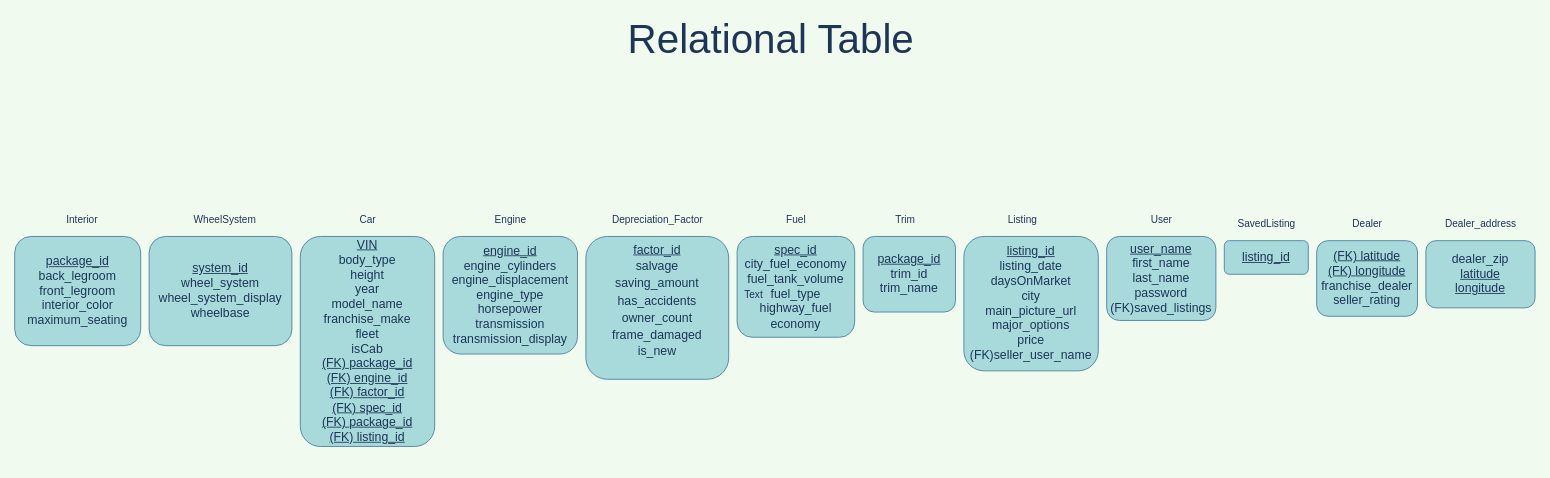
Above: Relational_Table.drawio in abmfocus4/UsedCars-db (draw.io), before the change. Source tidied: cells renumbered, new cells numbered last; positions are measured from the earlier drawing's top-left corner, leaving out a move shared by most shapes. Both pictures are drawn from the tidied source at 84%, with x=0, y=0 at pixel (14, 26).
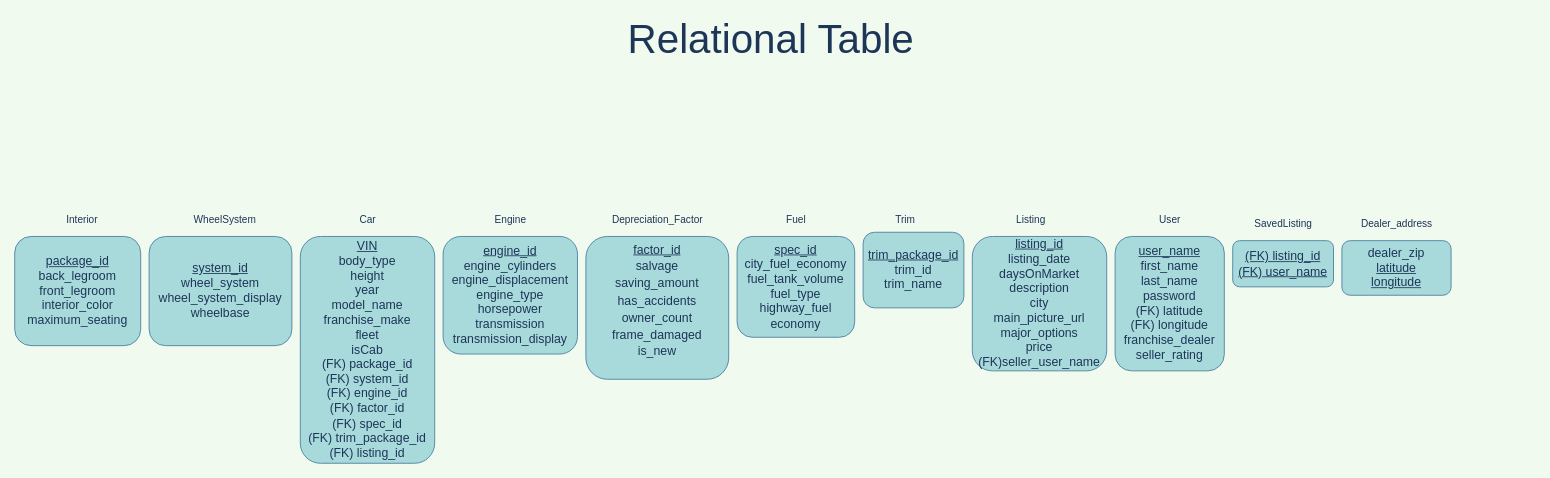
The same diagram, later.

Diff of the diagram source:
```diff
@@
-    <mxCell id="2" value="&lt;span id=&quot;docs-internal-guid-d713976d-7fff-15ba-6aab-0c5461dfcb95&quot;&gt;&lt;span style=&quot;font-size: 11pt ; font-family: &amp;#34;arial&amp;#34; ; background-color: transparent ; vertical-align: baseline&quot;&gt;&lt;u&gt;VIN&lt;br&gt;&lt;/u&gt;body_type&lt;br&gt;height&lt;br&gt;year&lt;br&gt;model_name&lt;br&gt;franchise_make&lt;br&gt;fleet&lt;br&gt;isCab&lt;br&gt;&lt;u&gt;(FK) package_id&lt;/u&gt;&lt;br&gt;&lt;u style=&quot;font-size: 14.6667px&quot;&gt;(FK)&amp;nbsp;&lt;/u&gt;&lt;u&gt;engine_id&lt;br&gt;&lt;/u&gt;&lt;u style=&quot;font-size: 14.6667px&quot;&gt;(FK)&amp;nbsp;&lt;/u&gt;&lt;u&gt;factor_id&lt;br&gt;&lt;/u&gt;&lt;u style=&quot;font-size: 14.6667px&quot;&gt;(FK)&amp;nbsp;&lt;/u&gt;&lt;u&gt;spec_id&lt;br&gt;&lt;/u&gt;&lt;u style=&quot;font-size: 14.6667px&quot;&gt;(FK)&amp;nbsp;&lt;/u&gt;&lt;u&gt;package_id&lt;br&gt;&lt;/u&gt;&lt;u style=&quot;font-size: 14.6667px&quot;&gt;(FK)&amp;nbsp;&lt;/u&gt;&lt;u&gt;listing_id&lt;/u&gt;&lt;/span&gt;&lt;/span&gt;" style="rounded=1;whiteSpace=wrap;html=1;fillColor=#A8DADC;strokeColor=#457B9D;fontColor=#1D3557;" parent="1" vertex="1">
-      <mxGeometry x="340" y="250" width="160" height="250" as="geometry" />
+    <mxCell id="2" value="&lt;span id=&quot;docs-internal-guid-d713976d-7fff-15ba-6aab-0c5461dfcb95&quot;&gt;&lt;span style=&quot;font-size: 11pt ; font-family: &amp;#34;arial&amp;#34; ; background-color: transparent ; vertical-align: baseline&quot;&gt;&lt;u&gt;VIN&lt;br&gt;&lt;/u&gt;body_type&lt;br&gt;height&lt;br&gt;year&lt;br&gt;model_name&lt;br&gt;franchise_make&lt;br&gt;fleet&lt;br&gt;isCab&lt;br&gt;(FK) package_id&lt;br&gt;(FK) system_id&lt;br&gt;&lt;span style=&quot;font-size: 14.6667px&quot;&gt;(FK)&amp;nbsp;&lt;/span&gt;engine_id&lt;br&gt;&lt;span style=&quot;font-size: 14.6667px&quot;&gt;(FK)&amp;nbsp;&lt;/span&gt;factor_id&lt;br&gt;&lt;span style=&quot;font-size: 14.6667px&quot;&gt;(FK)&amp;nbsp;&lt;/span&gt;spec_id&lt;br&gt;&lt;span style=&quot;font-size: 14.6667px&quot;&gt;(FK)&amp;nbsp;&lt;/span&gt;&lt;span style=&quot;font-size: 14.6667px&quot;&gt;trim_package_id&lt;/span&gt;&lt;br&gt;&lt;span style=&quot;font-size: 14.6667px&quot;&gt;(FK)&amp;nbsp;&lt;/span&gt;listing_id&lt;/span&gt;&lt;/span&gt;" style="rounded=1;whiteSpace=wrap;html=1;fillColor=#A8DADC;strokeColor=#457B9D;fontColor=#1D3557;" parent="1" vertex="1">
+      <mxGeometry x="340" y="250" width="160" height="270" as="geometry" />
     </mxCell>
@@
-    <mxCell id="4" value="&lt;span id=&quot;docs-internal-guid-fb434496-7fff-5c08-95a2-dbb4ad944740&quot;&gt;&lt;span style=&quot;font-size: 11pt ; font-family: &amp;#34;arial&amp;#34; ; background-color: transparent ; vertical-align: baseline&quot;&gt;&lt;u&gt;(FK) latitude&lt;br&gt;&lt;/u&gt;&lt;u style=&quot;font-size: 14.6667px&quot;&gt;(FK)&amp;nbsp;&lt;/u&gt;&lt;u&gt;longitude&lt;/u&gt;&lt;br&gt;franchise_dealer&lt;br&gt;seller_rating&lt;/span&gt;&lt;/span&gt;" style="rounded=1;whiteSpace=wrap;html=1;fillColor=#A8DADC;strokeColor=#457B9D;fontColor=#1D3557;" parent="1" vertex="1">
-      <mxGeometry x="1550" y="255" width="120" height="90" as="geometry" />
-    </mxCell>
@@
-    <mxCell id="7" value="&lt;span id=&quot;docs-internal-guid-3f53433c-7fff-b1df-501c-9628d223bc14&quot;&gt;&lt;span style=&quot;font-size: 11pt ; font-family: &amp;#34;arial&amp;#34; ; background-color: transparent ; vertical-align: baseline&quot;&gt;&lt;u style=&quot;font-size: 14.6667px&quot;&gt;user_name&lt;/u&gt;&lt;br&gt;first_name&lt;br&gt;last_name&lt;br&gt;password&lt;br&gt;(FK)saved_listings&lt;/span&gt;&lt;/span&gt;" style="rounded=1;whiteSpace=wrap;html=1;fillColor=#A8DADC;strokeColor=#457B9D;fontColor=#1D3557;" parent="1" vertex="1">
-      <mxGeometry x="1300" y="250" width="130" height="100" as="geometry" />
+    <mxCell id="7" value="&lt;span id=&quot;docs-internal-guid-3f53433c-7fff-b1df-501c-9628d223bc14&quot;&gt;&lt;span style=&quot;font-size: 11pt ; font-family: &amp;#34;arial&amp;#34; ; background-color: transparent ; vertical-align: baseline&quot;&gt;&lt;u style=&quot;font-size: 14.6667px&quot;&gt;user_name&lt;/u&gt;&lt;br&gt;first_name&lt;br&gt;last_name&lt;br&gt;password&lt;br&gt;&lt;span style=&quot;font-size: 14.6667px&quot;&gt;(FK) latitude&lt;br&gt;&lt;/span&gt;&lt;span style=&quot;font-size: 14.6667px&quot;&gt;(FK)&amp;nbsp;&lt;/span&gt;&lt;span style=&quot;font-size: 14.6667px&quot;&gt;longitude&lt;/span&gt;&lt;br style=&quot;font-size: 14.6667px&quot;&gt;&lt;span style=&quot;font-size: 14.6667px&quot;&gt;franchise_dealer&lt;/span&gt;&lt;br style=&quot;font-size: 14.6667px&quot;&gt;&lt;span style=&quot;font-size: 14.6667px&quot;&gt;seller_rating&lt;/span&gt;&lt;br&gt;&lt;/span&gt;&lt;/span&gt;" style="rounded=1;whiteSpace=wrap;html=1;fillColor=#A8DADC;strokeColor=#457B9D;fontColor=#1D3557;" parent="1" vertex="1">
+      <mxGeometry x="1310" y="250" width="130" height="160" as="geometry" />
     </mxCell>
-    <mxCell id="8" value="&lt;span id=&quot;docs-internal-guid-ec27ddf9-7fff-18bb-cdf5-eddc3d0eac5e&quot;&gt;&lt;span style=&quot;font-size: 11pt ; font-family: &amp;#34;arial&amp;#34; ; background-color: transparent ; vertical-align: baseline&quot;&gt;&lt;u&gt;listing_id&lt;/u&gt;&lt;br&gt;listing_date&lt;br&gt;daysOnMarket&lt;br&gt;city&lt;br&gt;main_picture_url&lt;br&gt;major_options&lt;br&gt;price&lt;br&gt;(FK)seller_user_name&lt;/span&gt;&lt;/span&gt;" style="rounded=1;whiteSpace=wrap;html=1;fillColor=#A8DADC;strokeColor=#457B9D;fontColor=#1D3557;" parent="1" vertex="1">
-      <mxGeometry x="1130" y="250" width="160" height="160" as="geometry" />
+    <mxCell id="8" value="&lt;span id=&quot;docs-internal-guid-ec27ddf9-7fff-18bb-cdf5-eddc3d0eac5e&quot;&gt;&lt;span style=&quot;font-size: 11pt ; font-family: &amp;#34;arial&amp;#34; ; background-color: transparent ; vertical-align: baseline&quot;&gt;&lt;u&gt;listing_id&lt;/u&gt;&lt;br&gt;listing_date&lt;br&gt;daysOnMarket&lt;br&gt;description&lt;br&gt;city&lt;br&gt;main_picture_url&lt;br&gt;major_options&lt;br&gt;price&lt;br&gt;(FK)seller_user_name&lt;/span&gt;&lt;/span&gt;" style="rounded=1;whiteSpace=wrap;html=1;fillColor=#A8DADC;strokeColor=#457B9D;fontColor=#1D3557;" parent="1" vertex="1">
+      <mxGeometry x="1140" y="250" width="160" height="160" as="geometry" />
     </mxCell>
-    <mxCell id="9" value="&lt;span id=&quot;docs-internal-guid-eb317f85-7fff-bd84-4fd1-17e5ef25c3f5&quot;&gt;&lt;span style=&quot;font-size: 11pt ; font-family: &amp;#34;arial&amp;#34; ; background-color: transparent ; vertical-align: baseline&quot;&gt;&lt;u&gt;package_id&lt;br&gt;&lt;/u&gt;trim_id&lt;br&gt;trim_name&lt;/span&gt;&lt;/span&gt;" style="rounded=1;whiteSpace=wrap;html=1;fillColor=#A8DADC;strokeColor=#457B9D;fontColor=#1D3557;" parent="1" vertex="1">
-      <mxGeometry x="1010" y="250" width="110" height="90" as="geometry" />
+    <mxCell id="9" value="&lt;span id=&quot;docs-internal-guid-eb317f85-7fff-bd84-4fd1-17e5ef25c3f5&quot;&gt;&lt;span style=&quot;font-size: 11pt ; font-family: &amp;#34;arial&amp;#34; ; background-color: transparent ; vertical-align: baseline&quot;&gt;&lt;u&gt;trim_package_id&lt;br&gt;&lt;/u&gt;trim_id&lt;br&gt;trim_name&lt;/span&gt;&lt;/span&gt;" style="rounded=1;whiteSpace=wrap;html=1;fillColor=#A8DADC;strokeColor=#457B9D;fontColor=#1D3557;" parent="1" vertex="1">
+      <mxGeometry x="1010" y="245" width="120" height="90" as="geometry" />
     </mxCell>
@@
-    <mxCell id="12" value="&lt;span id=&quot;docs-internal-guid-334640ad-7fff-2eaa-fedb-a7532be57cc9&quot;&gt;&lt;span style=&quot;font-size: 11pt ; font-family: &amp;#34;arial&amp;#34; ; background-color: transparent ; vertical-align: baseline&quot;&gt;&lt;u&gt;listing_id&lt;/u&gt;&lt;/span&gt;&lt;/span&gt;" style="rounded=1;whiteSpace=wrap;html=1;fillColor=#A8DADC;strokeColor=#457B9D;fontColor=#1D3557;" parent="1" vertex="1">
-      <mxGeometry x="1440" y="255" width="100" height="40" as="geometry" />
+    <mxCell id="12" value="&lt;span id=&quot;docs-internal-guid-334640ad-7fff-2eaa-fedb-a7532be57cc9&quot;&gt;&lt;span style=&quot;font-size: 11pt ; font-family: &amp;#34;arial&amp;#34; ; background-color: transparent ; vertical-align: baseline&quot;&gt;&lt;u&gt;(FK) listing_id&lt;br&gt;&lt;/u&gt;&lt;span style=&quot;font-size: 14.6667px&quot;&gt;&lt;u&gt;(FK) user_name&lt;/u&gt;&lt;/span&gt;&lt;u&gt;&lt;br&gt;&lt;/u&gt;&lt;/span&gt;&lt;/span&gt;" style="rounded=1;whiteSpace=wrap;html=1;fillColor=#A8DADC;strokeColor=#457B9D;fontColor=#1D3557;" parent="1" vertex="1">
+      <mxGeometry x="1450" y="255" width="120" height="55" as="geometry" />
     </mxCell>
     <mxCell id="13" value="&lt;span id=&quot;docs-internal-guid-fa85a85b-7fff-c361-f418-830695fadd17&quot;&gt;&lt;span style=&quot;font-size: 11pt ; font-family: &amp;#34;arial&amp;#34; ; background-color: transparent ; vertical-align: baseline&quot;&gt;dealer_zip&lt;br&gt;&lt;u&gt;latitude&lt;br&gt;longitude&lt;/u&gt;&lt;/span&gt;&lt;/span&gt;" style="rounded=1;whiteSpace=wrap;html=1;fillColor=#A8DADC;strokeColor=#457B9D;fontColor=#1D3557;" parent="1" vertex="1">
-      <mxGeometry x="1680" y="255" width="130" height="80" as="geometry" />
+      <mxGeometry x="1580" y="255" width="130" height="65" as="geometry" />
     </mxCell>
@@
     <mxCell id="21" value="Listing" style="text;html=1;strokeColor=none;fillColor=none;align=center;verticalAlign=middle;whiteSpace=wrap;rounded=0;fontColor=#1D3557;" parent="1" vertex="1">
-      <mxGeometry x="1180" y="220" width="40" height="20" as="geometry" />
+      <mxGeometry x="1190" y="220" width="40" height="20" as="geometry" />
     </mxCell>
     <mxCell id="22" value="User" style="text;html=1;align=center;verticalAlign=middle;fontColor=#1D3557;" parent="1" vertex="1">
-      <mxGeometry x="1345" y="220" width="40" height="20" as="geometry" />
+      <mxGeometry x="1355" y="220" width="40" height="20" as="geometry" />
     </mxCell>
-    <mxCell id="23" value="Dealer" style="text;html=1;align=center;verticalAlign=middle;fontColor=#1D3557;" parent="1" vertex="1">
-      <mxGeometry x="1585" y="225" width="50" height="20" as="geometry" />
-    </mxCell>
     <mxCell id="24" value="Dealer_address" style="text;html=1;align=center;verticalAlign=middle;fontColor=#1D3557;" parent="1" vertex="1">
-      <mxGeometry x="1695" y="225" width="100" height="20" as="geometry" />
+      <mxGeometry x="1595" y="225" width="100" height="20" as="geometry" />
     </mxCell>
     <mxCell id="25" value="SavedListing" style="text;html=1;align=center;verticalAlign=middle;fontColor=#1D3557;" parent="1" vertex="1">
-      <mxGeometry x="1450" y="225" width="80" height="20" as="geometry" />
+      <mxGeometry x="1470" y="225" width="80" height="20" as="geometry" />
     </mxCell>
-    <mxCell id="26" value="Text" style="text;html=1;strokeColor=none;fillColor=none;align=center;verticalAlign=middle;whiteSpace=wrap;rounded=0;fontColor=#1D3557;" parent="1" vertex="1">
-      <mxGeometry x="860" y="310" width="40" height="20" as="geometry" />
-    </mxCell>
```
